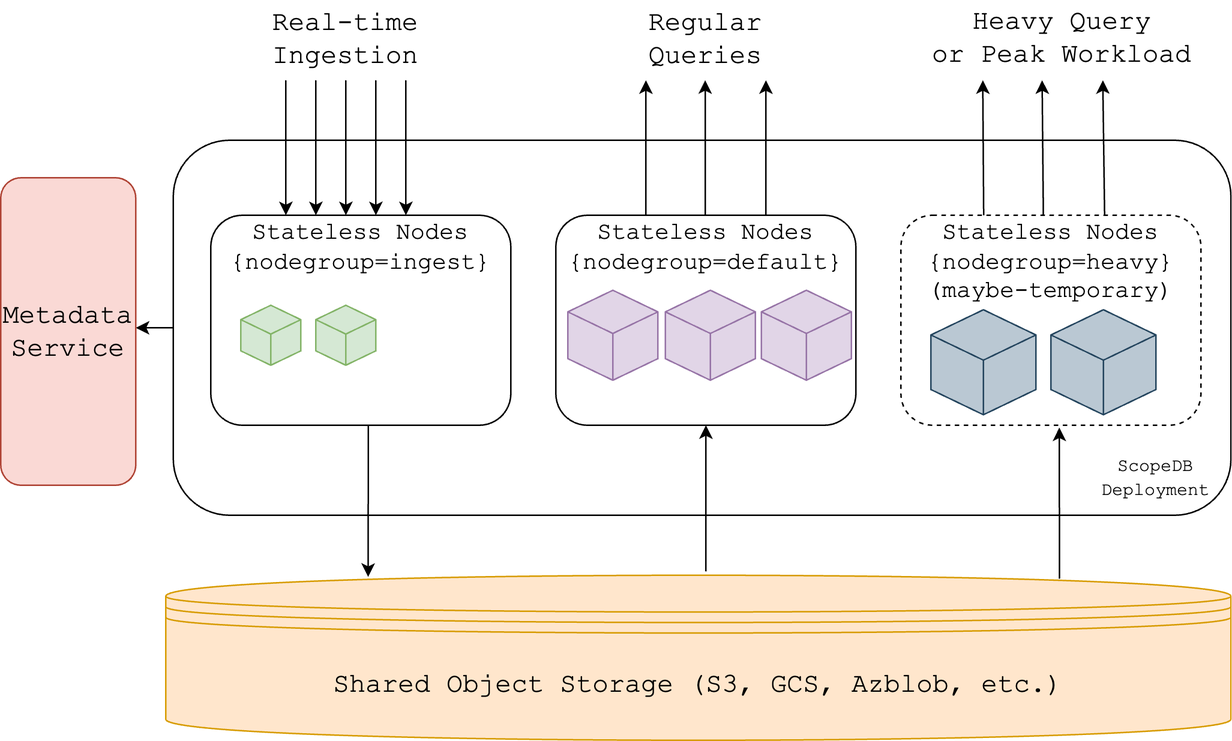
Above: blog/2025-01-21-manage-observability-data-in-petabytes/scopedb-architecture.png in scopedb/scopedb-site (draw.io), before the change. Source tidied: cells renumbered, new cells last; positions are measured from the earlier drawing's top-left corner, leaving out a move shared by most shapes. Its diagram source:
```xml
<mxGraphModel>
  <root>
    <mxCell id="0" />
    <mxCell id="1" parent="0" />
    <mxCell id="2" style="edgeStyle=orthogonalEdgeStyle;rounded=0;jettySize=auto;html=1;" parent="1" edge="1" source="3">
      <mxGeometry relative="1" as="geometry">
        <mxPoint x="90" y="218" as="targetPoint" />
      </mxGeometry>
    </mxCell>
    <mxCell id="3" style="rounded=1;whiteSpace=wrap;html=1;" parent="1" vertex="1">
      <mxGeometry x="115" y="93" width="705" height="250" as="geometry" />
    </mxCell>
    <mxCell id="4" value="&lt;span style=&quot;font-family: &amp;quot;Courier New&amp;quot;; font-size: 18px;&quot;&gt;Shared Object Storage (S3, GCS, Azblob, etc.)&lt;/span&gt;" style="shape=datastore;whiteSpace=wrap;html=1;fillColor=#ffe6cc;strokeColor=#d79b00;" parent="1" vertex="1">
      <mxGeometry x="110" y="383" width="710" height="110" as="geometry" />
    </mxCell>
    <mxCell id="5" style="endArrow=classic;html=1;rounded=0;entryX=0.19;entryY=0.01;entryDx=0;entryDy=0;entryPerimeter=0;exitX=0.5;exitY=1;exitDx=0;exitDy=0;strokeWidth=1;" parent="1" edge="1" target="4">
      <mxGeometry relative="1" as="geometry">
        <mxPoint x="245" y="283" as="sourcePoint" />
      </mxGeometry>
    </mxCell>
    <mxCell id="6" style="endArrow=classic;html=1;rounded=0;strokeWidth=1;entryX=0.5;entryY=1;entryDx=0;entryDy=0;exitX=0.507;exitY=-0.024;exitDx=0;exitDy=0;exitPerimeter=0;" parent="1" edge="1" source="4" target="27">
      <mxGeometry relative="1" as="geometry" />
    </mxCell>
    <mxCell id="7" style="endArrow=classic;html=1;rounded=0;strokeWidth=1;entryX=0.528;entryY=1.011;entryDx=0;entryDy=0;exitX=0.839;exitY=0.021;exitDx=0;exitDy=0;exitPerimeter=0;entryPerimeter=0;" parent="1" edge="1" source="4" target="31">
      <mxGeometry relative="1" as="geometry" />
    </mxCell>
    <mxCell id="8" style="endArrow=classic;html=1;rounded=0;entryX=0.25;entryY=0;entryDx=0;entryDy=0;" parent="1" edge="1">
      <mxGeometry relative="1" as="geometry">
        <mxPoint x="190" y="53" as="sourcePoint" />
        <mxPoint x="190" y="143" as="targetPoint" />
      </mxGeometry>
    </mxCell>
    <mxCell id="9" style="endArrow=classic;html=1;rounded=0;entryX=0.25;entryY=0;entryDx=0;entryDy=0;" parent="1" edge="1">
      <mxGeometry relative="1" as="geometry">
        <mxPoint x="230" y="53" as="sourcePoint" />
        <mxPoint x="230" y="143" as="targetPoint" />
      </mxGeometry>
    </mxCell>
    <mxCell id="10" style="endArrow=classic;html=1;rounded=0;entryX=0.25;entryY=0;entryDx=0;entryDy=0;" parent="1" edge="1">
      <mxGeometry relative="1" as="geometry">
        <mxPoint x="270" y="53" as="sourcePoint" />
        <mxPoint x="270" y="143" as="targetPoint" />
      </mxGeometry>
    </mxCell>
    <mxCell id="11" value="&lt;font face=&quot;Courier New&quot; style=&quot;font-size: 18px;&quot;&gt;Real-time Ingestion&lt;/font&gt;" style="text;html=1;align=center;verticalAlign=middle;whiteSpace=wrap;rounded=0;" parent="1" vertex="1">
      <mxGeometry x="160" y="1" width="140" height="50" as="geometry" />
    </mxCell>
    <mxCell id="12" value="&lt;font face=&quot;Courier New&quot; style=&quot;font-size: 18px;&quot;&gt;Regular Queries&lt;/font&gt;" style="text;html=1;align=center;verticalAlign=middle;whiteSpace=wrap;rounded=0;" parent="1" vertex="1">
      <mxGeometry x="400" y="1" width="140" height="50" as="geometry" />
    </mxCell>
    <mxCell id="13" style="endArrow=classic;html=1;rounded=0;entryX=0.25;entryY=0;entryDx=0;entryDy=0;" parent="1" edge="1">
      <mxGeometry relative="1" as="geometry">
        <mxPoint x="430" y="143" as="sourcePoint" />
        <mxPoint x="430" y="53" as="targetPoint" />
      </mxGeometry>
    </mxCell>
    <mxCell id="14" style="endArrow=classic;html=1;rounded=0;entryX=0.25;entryY=0;entryDx=0;entryDy=0;" parent="1" edge="1">
      <mxGeometry relative="1" as="geometry">
        <mxPoint x="469.6" y="143" as="sourcePoint" />
        <mxPoint x="469.6" y="53" as="targetPoint" />
      </mxGeometry>
    </mxCell>
    <mxCell id="15" style="endArrow=classic;html=1;rounded=0;entryX=0.25;entryY=0;entryDx=0;entryDy=0;" parent="1" edge="1">
      <mxGeometry relative="1" as="geometry">
        <mxPoint x="510" y="143" as="sourcePoint" />
        <mxPoint x="510" y="53" as="targetPoint" />
      </mxGeometry>
    </mxCell>
    <mxCell id="16" value="&lt;font face=&quot;Courier New&quot;&gt;&lt;span style=&quot;font-size: 18px;&quot;&gt;Heavy Query&lt;/span&gt;&lt;/font&gt;&lt;div&gt;&lt;font face=&quot;Courier New&quot;&gt;&lt;span style=&quot;font-size: 18px;&quot;&gt;or Peak Workload&lt;/span&gt;&lt;/font&gt;&lt;/div&gt;" style="text;html=1;align=center;verticalAlign=middle;whiteSpace=wrap;rounded=0;" parent="1" vertex="1">
      <mxGeometry x="620" width="175" height="50" as="geometry" />
    </mxCell>
    <mxCell id="17" style="endArrow=classic;html=1;rounded=0;entryX=0.25;entryY=0;entryDx=0;entryDy=0;exitX=0.279;exitY=0.008;exitDx=0;exitDy=0;exitPerimeter=0;" parent="1" edge="1">
      <mxGeometry relative="1" as="geometry">
        <mxPoint x="655.2" y="149" as="sourcePoint" />
        <mxPoint x="654.6" y="53" as="targetPoint" />
      </mxGeometry>
    </mxCell>
    <mxCell id="18" style="endArrow=classic;html=1;rounded=0;entryX=0.25;entryY=0;entryDx=0;entryDy=0;exitX=0.5;exitY=0;exitDx=0;exitDy=0;" parent="1" edge="1">
      <mxGeometry relative="1" as="geometry">
        <mxPoint x="695" y="148" as="sourcePoint" />
        <mxPoint x="694.1" y="53" as="targetPoint" />
      </mxGeometry>
    </mxCell>
    <mxCell id="19" style="endArrow=classic;html=1;rounded=0;entryX=0.25;entryY=0;entryDx=0;entryDy=0;exitX=0.727;exitY=0.003;exitDx=0;exitDy=0;exitPerimeter=0;" parent="1" edge="1">
      <mxGeometry relative="1" as="geometry">
        <mxPoint x="735.9" y="148.4" as="sourcePoint" />
        <mxPoint x="734.6" y="53" as="targetPoint" />
      </mxGeometry>
    </mxCell>
    <mxCell id="20" value="&lt;font style=&quot;font-size: 18px;&quot; face=&quot;Courier New&quot;&gt;Metadata&lt;/font&gt;&lt;div&gt;&lt;font style=&quot;font-size: 18px;&quot; face=&quot;Courier New&quot;&gt;&lt;span style=&quot;background-color: transparent; color: light-dark(rgb(0, 0, 0), rgb(255, 255, 255));&quot;&gt;Service&lt;/span&gt;&lt;/font&gt;&lt;/div&gt;" style="rounded=1;whiteSpace=wrap;html=1;fillColor=#fad9d5;strokeColor=#ae4132;" parent="1" vertex="1">
      <mxGeometry y="118" width="90" height="205" as="geometry" />
    </mxCell>
    <mxCell id="21" value="&lt;font face=&quot;Courier New&quot;&gt;ScopeDB&lt;/font&gt;&lt;div&gt;&lt;font face=&quot;Courier New&quot;&gt;Deployment&lt;/font&gt;&lt;/div&gt;" style="text;html=1;align=center;verticalAlign=middle;whiteSpace=wrap;rounded=0;" parent="1" vertex="1">
      <mxGeometry x="740" y="303" width="60" height="30" as="geometry" />
    </mxCell>
    <mxCell id="22" value="&lt;font face=&quot;Courier New&quot; style=&quot;font-size: 16px;&quot;&gt;Stateless Nodes&lt;/font&gt;&lt;div&gt;&lt;font face=&quot;Courier New&quot; style=&quot;font-size: 16px;&quot;&gt;{nodegroup=ingest}&lt;/font&gt;&lt;/div&gt;&lt;div&gt;&lt;font face=&quot;Courier New&quot; style=&quot;font-size: 16px;&quot;&gt;&lt;br&gt;&lt;/font&gt;&lt;/div&gt;&lt;div&gt;&lt;font face=&quot;Courier New&quot; style=&quot;font-size: 16px;&quot;&gt;&lt;br&gt;&lt;/font&gt;&lt;/div&gt;&lt;div&gt;&lt;font face=&quot;Courier New&quot; style=&quot;font-size: 16px;&quot;&gt;&lt;br&gt;&lt;/font&gt;&lt;/div&gt;&lt;div&gt;&lt;font face=&quot;Courier New&quot; style=&quot;font-size: 16px;&quot;&gt;&lt;br&gt;&lt;/font&gt;&lt;/div&gt;&lt;div&gt;&lt;font face=&quot;Courier New&quot; style=&quot;font-size: 16px;&quot;&gt;&lt;br&gt;&lt;/font&gt;&lt;/div&gt;" style="rounded=1;whiteSpace=wrap;html=1;" parent="1" vertex="1">
      <mxGeometry x="140" y="143" width="200" height="140" as="geometry" />
    </mxCell>
    <mxCell id="23" style="endArrow=classic;html=1;rounded=0;entryX=0.25;entryY=0;entryDx=0;entryDy=0;" parent="1" edge="1">
      <mxGeometry relative="1" as="geometry">
        <mxPoint x="210" y="53" as="sourcePoint" />
        <mxPoint x="210" y="143" as="targetPoint" />
      </mxGeometry>
    </mxCell>
    <mxCell id="24" style="endArrow=classic;html=1;rounded=0;entryX=0.25;entryY=0;entryDx=0;entryDy=0;" parent="1" edge="1">
      <mxGeometry relative="1" as="geometry">
        <mxPoint x="250" y="53" as="sourcePoint" />
        <mxPoint x="250" y="143" as="targetPoint" />
      </mxGeometry>
    </mxCell>
    <mxCell id="25" style="html=1;whiteSpace=wrap;shape=isoCube2;backgroundOutline=1;isoAngle=15;fillColor=#d5e8d4;strokeColor=#82b366;" parent="1" vertex="1">
      <mxGeometry x="160" y="203" width="40" height="40" as="geometry" />
    </mxCell>
    <mxCell id="26" style="html=1;whiteSpace=wrap;shape=isoCube2;backgroundOutline=1;isoAngle=15;fillColor=#d5e8d4;strokeColor=#82b366;" parent="1" vertex="1">
      <mxGeometry x="210" y="203" width="40" height="40" as="geometry" />
    </mxCell>
    <mxCell id="27" value="&lt;font face=&quot;Courier New&quot; style=&quot;font-size: 16px;&quot;&gt;Stateless Nodes&lt;/font&gt;&lt;div&gt;&lt;font face=&quot;Courier New&quot; style=&quot;font-size: 16px;&quot;&gt;{nodegroup=default}&lt;/font&gt;&lt;/div&gt;&lt;div&gt;&lt;font face=&quot;Courier New&quot; style=&quot;font-size: 16px;&quot;&gt;&lt;br&gt;&lt;/font&gt;&lt;/div&gt;&lt;div&gt;&lt;font face=&quot;Courier New&quot; style=&quot;font-size: 16px;&quot;&gt;&lt;br&gt;&lt;/font&gt;&lt;/div&gt;&lt;div&gt;&lt;font face=&quot;Courier New&quot; style=&quot;font-size: 16px;&quot;&gt;&lt;br&gt;&lt;/font&gt;&lt;/div&gt;&lt;div&gt;&lt;font face=&quot;Courier New&quot; style=&quot;font-size: 16px;&quot;&gt;&lt;br&gt;&lt;/font&gt;&lt;/div&gt;&lt;div&gt;&lt;font face=&quot;Courier New&quot; style=&quot;font-size: 16px;&quot;&gt;&lt;br&gt;&lt;/font&gt;&lt;/div&gt;" style="rounded=1;whiteSpace=wrap;html=1;" parent="1" vertex="1">
      <mxGeometry x="370" y="143" width="200" height="140" as="geometry" />
    </mxCell>
    <mxCell id="28" style="html=1;whiteSpace=wrap;shape=isoCube2;backgroundOutline=1;isoAngle=15;fillColor=#e1d5e7;strokeColor=#9673a6;" parent="1" vertex="1">
      <mxGeometry x="378" y="193" width="60" height="60" as="geometry" />
    </mxCell>
    <mxCell id="29" style="html=1;whiteSpace=wrap;shape=isoCube2;backgroundOutline=1;isoAngle=15;fillColor=#e1d5e7;strokeColor=#9673a6;" parent="1" vertex="1">
      <mxGeometry x="443" y="193" width="60" height="60" as="geometry" />
    </mxCell>
    <mxCell id="30" style="html=1;whiteSpace=wrap;shape=isoCube2;backgroundOutline=1;isoAngle=15;fillColor=#e1d5e7;strokeColor=#9673a6;" parent="1" vertex="1">
      <mxGeometry x="507" y="193" width="60" height="60" as="geometry" />
    </mxCell>
    <mxCell id="31" value="&lt;font face=&quot;Courier New&quot; style=&quot;font-size: 16px;&quot;&gt;Stateless Nodes&lt;/font&gt;&lt;div&gt;&lt;font face=&quot;Courier New&quot; style=&quot;font-size: 16px;&quot;&gt;{nodegroup=heavy}&lt;/font&gt;&lt;/div&gt;&lt;div&gt;&lt;font face=&quot;Courier New&quot; style=&quot;font-size: 16px;&quot;&gt;(maybe-temporary)&lt;/font&gt;&lt;/div&gt;&lt;div&gt;&lt;font face=&quot;Courier New&quot; style=&quot;font-size: 16px;&quot;&gt;&lt;br&gt;&lt;/font&gt;&lt;/div&gt;&lt;div&gt;&lt;font face=&quot;Courier New&quot; style=&quot;font-size: 16px;&quot;&gt;&lt;br&gt;&lt;/font&gt;&lt;/div&gt;&lt;div&gt;&lt;font face=&quot;Courier New&quot; style=&quot;font-size: 16px;&quot;&gt;&lt;br&gt;&lt;/font&gt;&lt;/div&gt;&lt;div&gt;&lt;font face=&quot;Courier New&quot; style=&quot;font-size: 16px;&quot;&gt;&lt;br&gt;&lt;/font&gt;&lt;/div&gt;" style="rounded=1;whiteSpace=wrap;html=1;dashed=1;" parent="1" vertex="1">
      <mxGeometry x="600" y="143" width="200" height="140" as="geometry" />
    </mxCell>
    <mxCell id="32" style="html=1;whiteSpace=wrap;shape=isoCube2;backgroundOutline=1;isoAngle=15;fillColor=#bac8d3;strokeColor=#23445d;" parent="1" vertex="1">
      <mxGeometry x="620" y="206" width="70" height="70" as="geometry" />
    </mxCell>
    <mxCell id="33" style="html=1;whiteSpace=wrap;shape=isoCube2;backgroundOutline=1;isoAngle=15;fillColor=#bac8d3;strokeColor=#23445d;" parent="1" vertex="1">
      <mxGeometry x="700" y="206" width="70" height="70" as="geometry" />
    </mxCell>
  </root>
</mxGraphModel>
```
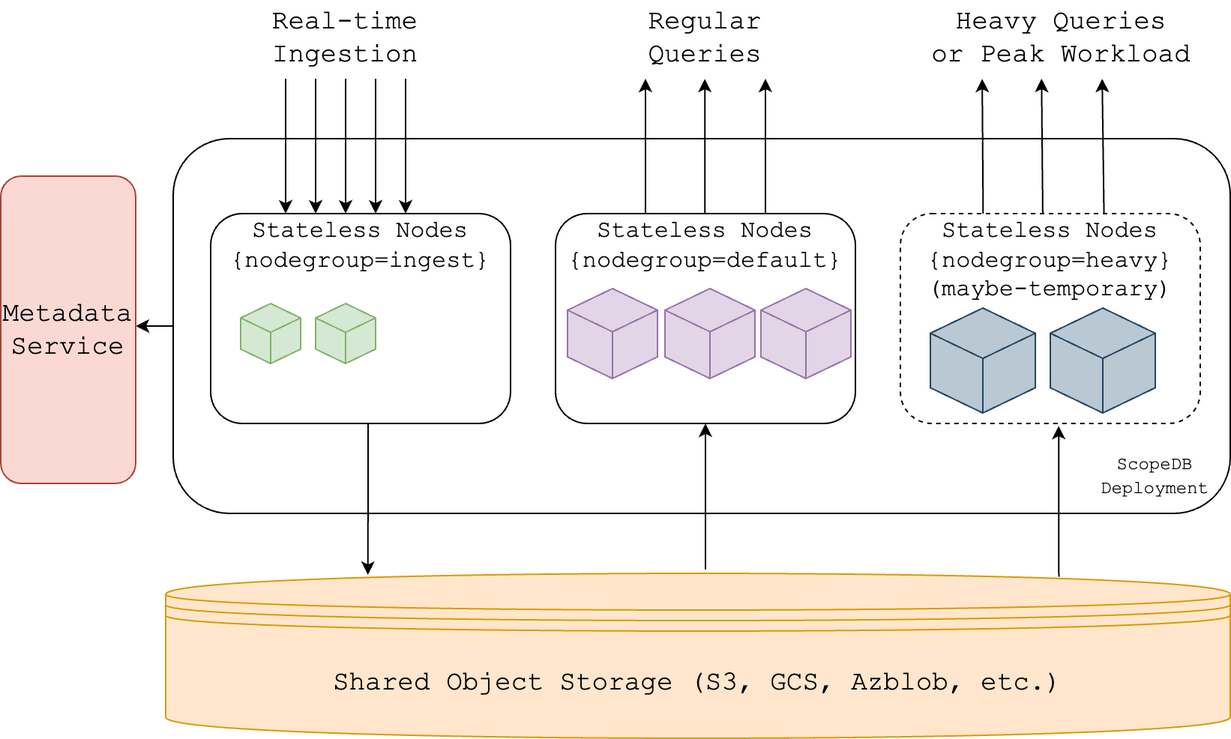
After the change.

The edit, as a diff of the source:
```diff
@@ -66,8 +66,8 @@
         <mxPoint x="510" y="53" as="targetPoint" />
       </mxGeometry>
     </mxCell>
-    <mxCell id="16" value="&lt;font face=&quot;Courier New&quot;&gt;&lt;span style=&quot;font-size: 18px;&quot;&gt;Heavy Query&lt;/span&gt;&lt;/font&gt;&lt;div&gt;&lt;font face=&quot;Courier New&quot;&gt;&lt;span style=&quot;font-size: 18px;&quot;&gt;or Peak Workload&lt;/span&gt;&lt;/font&gt;&lt;/div&gt;" style="text;html=1;align=center;verticalAlign=middle;whiteSpace=wrap;rounded=0;" parent="1" vertex="1">
-      <mxGeometry x="620" width="175" height="50" as="geometry" />
+    <mxCell id="16" value="&lt;font face=&quot;Courier New&quot;&gt;&lt;span style=&quot;font-size: 18px;&quot;&gt;Heavy Queries&lt;/span&gt;&lt;/font&gt;&lt;div&gt;&lt;font face=&quot;Courier New&quot;&gt;&lt;span style=&quot;font-size: 18px;&quot;&gt;or Peak Workload&lt;/span&gt;&lt;/font&gt;&lt;/div&gt;" style="text;html=1;align=center;verticalAlign=middle;whiteSpace=wrap;rounded=0;" parent="1" vertex="1">
+      <mxGeometry x="620" y="1" width="175" height="50" as="geometry" />
     </mxCell>
     <mxCell id="17" style="endArrow=classic;html=1;rounded=0;entryX=0.25;entryY=0;entryDx=0;entryDy=0;exitX=0.279;exitY=0.008;exitDx=0;exitDy=0;exitPerimeter=0;" parent="1" edge="1">
       <mxGeometry relative="1" as="geometry">
```
